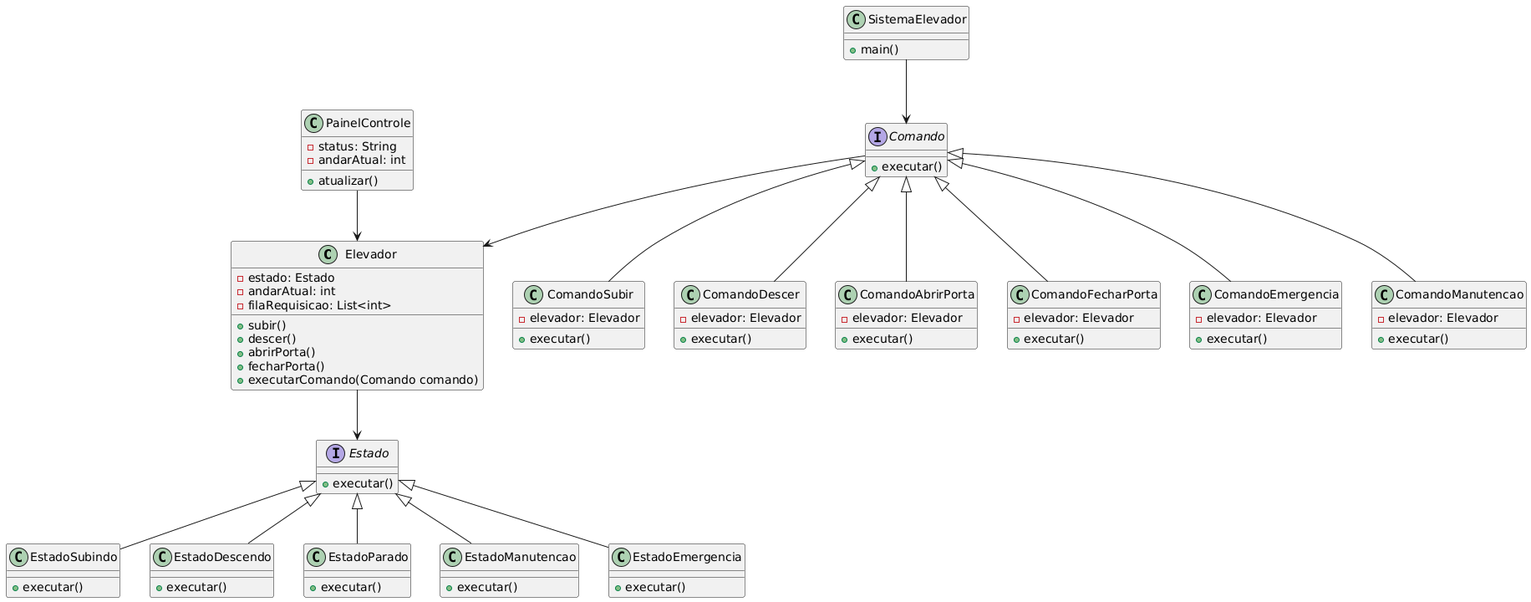
Earlier version of the PlantUML export DC03-v2.png (mukslima/Elevador).
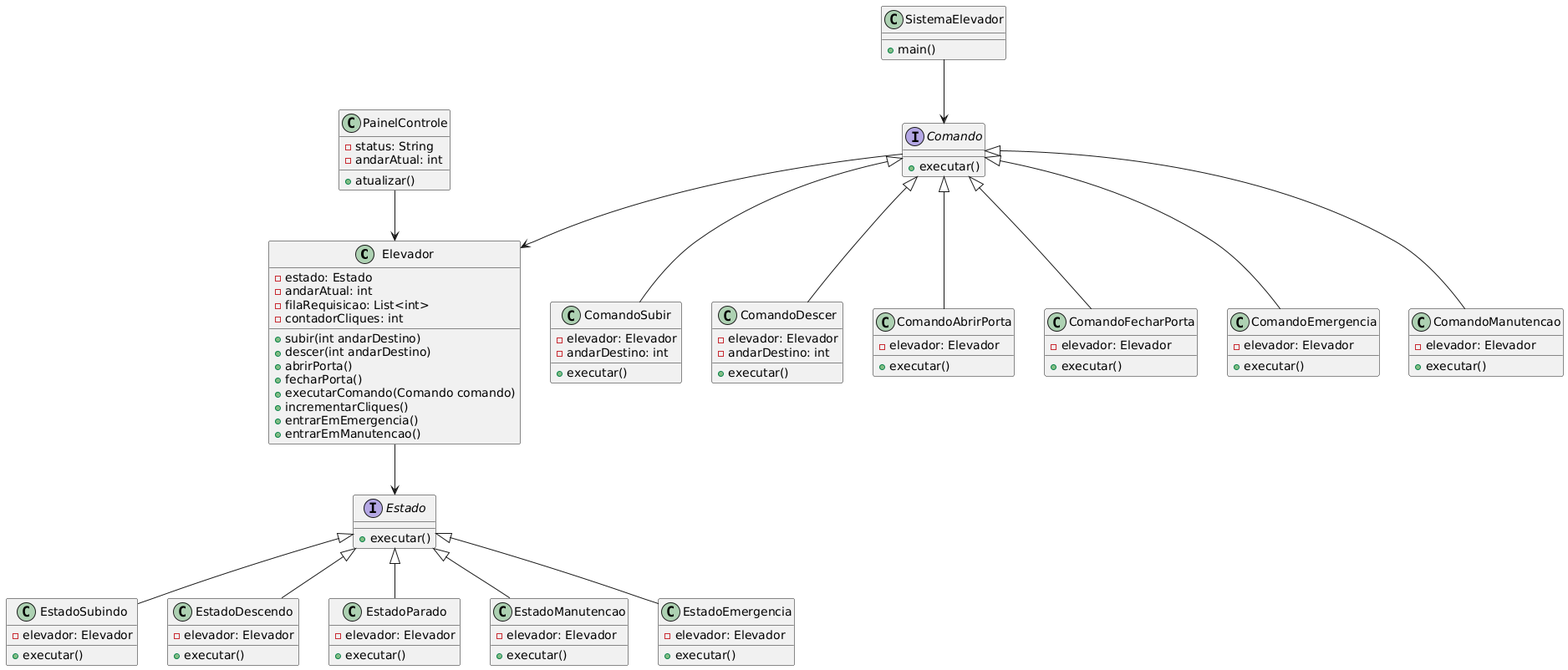
The same file after the commit.

Change to the diagram source:
```diff
@@ -3,11 +3,15 @@
   - estado: Estado
   - andarAtual: int
   - filaRequisicao: List<int>
-  + subir()
-  + descer()
+  - contadorCliques: int
+  + subir(int andarDestino)
+  + descer(int andarDestino)
   + abrirPorta()
   + fecharPorta()
   + executarComando(Comando comando)
+  + incrementarCliques()
+  + entrarEmEmergencia()
+  + entrarEmManutencao()
 }
 
 class PainelControle {
@@ -22,22 +26,27 @@
 
 class EstadoSubindo {
   + executar()
+  - elevador: Elevador
 }
 
 class EstadoDescendo {
   + executar()
+  - elevador: Elevador
 }
 
 class EstadoParado {
   + executar()
+  - elevador: Elevador
 }
 
 class EstadoManutencao {
   + executar()
+  - elevador: Elevador
 }
 
 class EstadoEmergencia {
   + executar()
+  - elevador: Elevador
 }
 
 interface Comando {
@@ -47,11 +56,13 @@
 class ComandoSubir {
   + executar()
   - elevador: Elevador
+  - andarDestino: int
 }
 
 class ComandoDescer {
   + executar()
   - elevador: Elevador
+  - andarDestino: int
 }
 
 class ComandoAbrirPorta {
```
